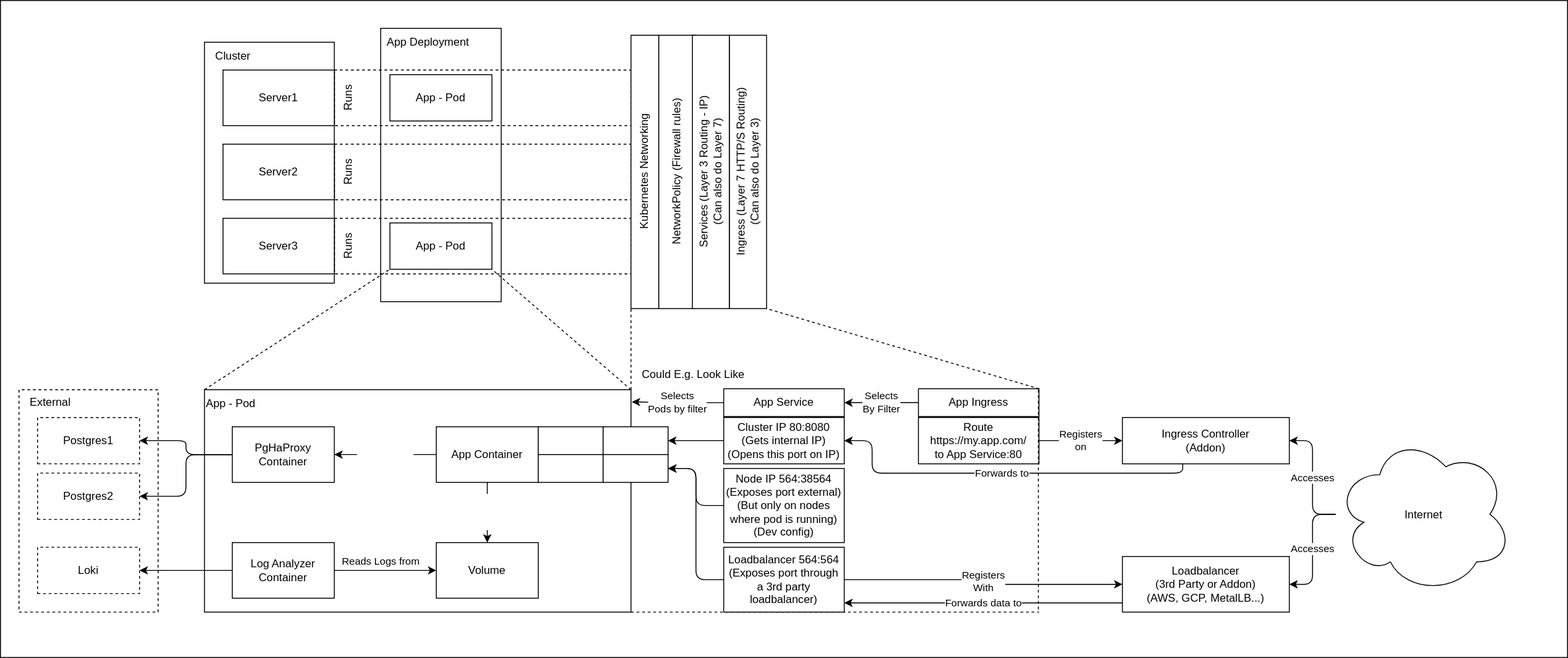
Above: 01-KubeCoreConcepts.drawio.svg in Aderinom/KuberBook (draw.io), before the change. Source tidied: cells renumbered, new cells last; positions are measured from the earlier drawing's top-left corner, leaving out a move shared by most shapes.
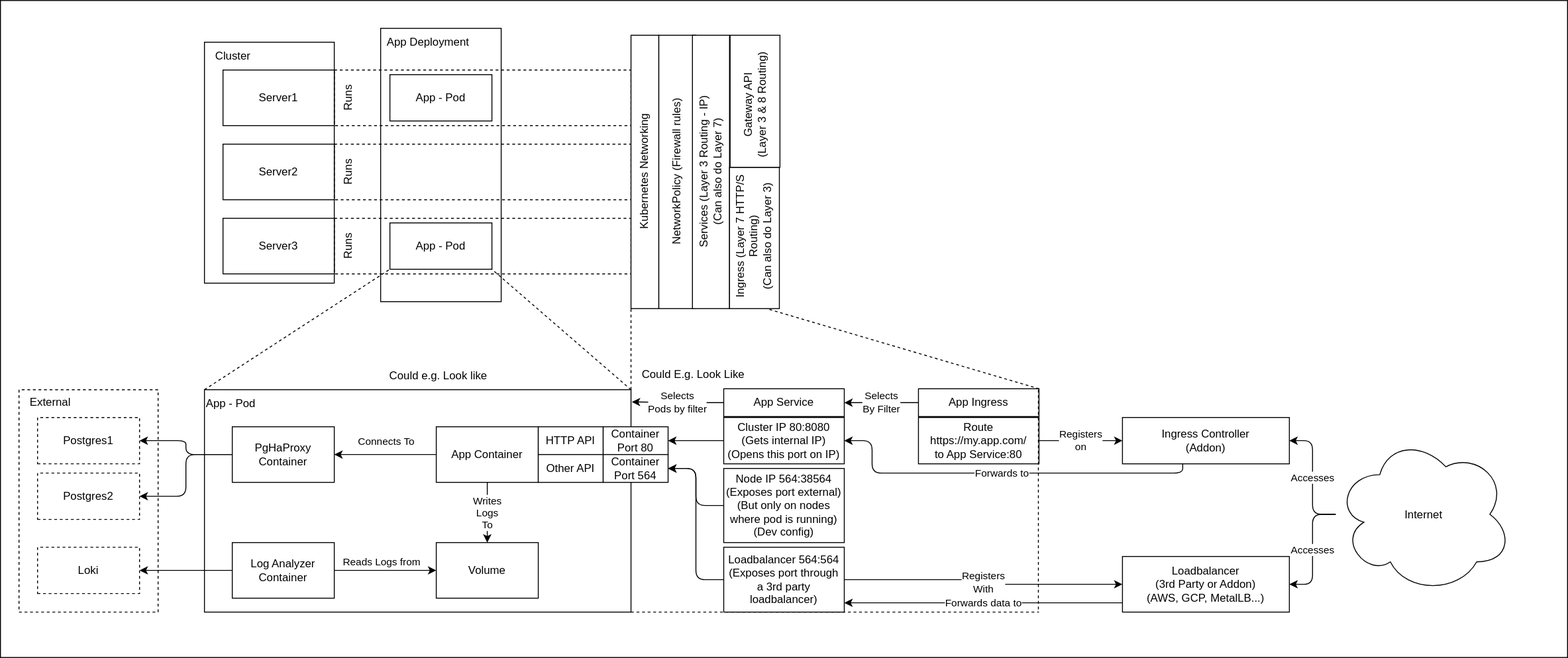
Later version of the same file.

Diff of the diagram source:
```diff
@@ -56,7 +56,7 @@
     <mxCell id="19" value="Runs" style="text;html=1;strokeColor=none;fillColor=none;align=center;verticalAlign=middle;whiteSpace=wrap;rounded=0;rotation=-90;" parent="1" vertex="1">
       <mxGeometry x="350" y="250" width="50" height="30" as="geometry" />
     </mxCell>
-    <mxCell id="20" value="&lt;font color=&quot;#ffffff&quot;&gt;Could e.g. Look like&lt;/font&gt;" style="text;html=1;strokeColor=none;fillColor=none;align=center;verticalAlign=middle;whiteSpace=wrap;rounded=0;dashed=1;labelBackgroundColor=none;fontColor=none;" parent="1" vertex="1">
+    <mxCell id="20" value="&lt;font&gt;Could e.g. Look like&lt;/font&gt;" style="text;html=1;strokeColor=none;fillColor=none;align=center;verticalAlign=middle;whiteSpace=wrap;rounded=0;dashed=1;labelBackgroundColor=none;fontColor=default;" parent="1" vertex="1">
       <mxGeometry x="380" y="390" width="185" height="30" as="geometry" />
     </mxCell>
     <mxCell id="21" style="rounded=0;whiteSpace=wrap;html=1;" parent="1" vertex="1">
@@ -84,10 +84,10 @@
       <mxGeometry x="650" y="170" width="232.5" height="30" as="geometry" />
     </mxCell>
     <mxCell id="29" style="rounded=0;whiteSpace=wrap;html=1;" parent="1" vertex="1">
-      <mxGeometry x="786.2" y="37.5" width="40" height="295" as="geometry" />
+      <mxGeometry x="786.2" y="180" width="53.8" height="152.5" as="geometry" />
     </mxCell>
     <mxCell id="30" value="Ingress (Layer 7 HTTP/S Routing)&lt;br&gt;(Can also do Layer 3)" style="text;html=1;strokeColor=none;fillColor=none;align=center;verticalAlign=middle;whiteSpace=wrap;rounded=0;rotation=-90;" parent="1" vertex="1">
-      <mxGeometry x="690" y="170" width="232.5" height="30" as="geometry" />
+      <mxGeometry x="742.5" y="240" width="140" height="30" as="geometry" />
     </mxCell>
     <mxCell id="31" style="rounded=0;whiteSpace=wrap;html=1;direction=east;flipH=0;flipV=1;dashed=1;fillColor=none;" parent="1" vertex="1">
       <mxGeometry x="20" y="420" width="150" height="240" as="geometry" />
@@ -98,6 +98,14 @@
     <mxCell id="33" value="App - Pod" style="text;html=1;strokeColor=none;fillColor=none;align=left;verticalAlign=middle;whiteSpace=wrap;rounded=0;direction=east;flipH=0;flipV=1;" parent="1" vertex="1">
       <mxGeometry x="220" y="420" width="120" height="30" as="geometry" />
     </mxCell>
+    <mxCell id="76" style="edgeStyle=none;html=1;labelBackgroundColor=none;fontColor=#121212;" parent="1" edge="1" source="34" target="41">
+      <mxGeometry relative="1" as="geometry" />
+    </mxCell>
+    <mxCell id="42" value="&lt;font&gt;Connects To&lt;/font&gt;" style="edgeLabel;html=1;align=center;verticalAlign=middle;fontColor=default;" parent="76" vertex="1">
+      <mxGeometry x="-0.21" y="-1" relative="1" as="geometry">
+        <mxPoint x="-12" y="-14" as="offset" />
+      </mxGeometry>
+    </mxCell>
     <mxCell id="34" value="App Container" style="rounded=0;whiteSpace=wrap;html=1;direction=east;flipH=0;flipV=1;" parent="1" vertex="1">
       <mxGeometry x="470" y="460" width="110" height="60" as="geometry" />
     </mxCell>
@@ -118,15 +126,12 @@
     <mxCell id="39" value="Volume" style="rounded=0;whiteSpace=wrap;html=1;direction=east;flipH=0;flipV=1;" parent="1" vertex="1">
       <mxGeometry x="470" y="585" width="110" height="60" as="geometry" />
     </mxCell>
-    <mxCell id="40" value="Writes&lt;br&gt;Logs&lt;br&gt;To" style="edgeStyle=orthogonalEdgeStyle;html=1;fontColor=#FFFFFF;entryX=0.5;entryY=0;entryDx=0;entryDy=0;" parent="1" edge="1" source="34" target="39">
+    <mxCell id="40" value="Writes&lt;br&gt;Logs&lt;br&gt;To" style="edgeStyle=orthogonalEdgeStyle;fontColor=default;entryX=0.5;entryY=0;entryDx=0;entryDy=0;labelBackgroundColor=default;html=1;" parent="1" edge="1" source="34" target="39">
       <mxGeometry relative="1" as="geometry" />
     </mxCell>
     <mxCell id="41" value="PgHaProxy&lt;br&gt;Container" style="rounded=0;whiteSpace=wrap;html=1;direction=east;flipH=0;flipV=1;" parent="1" vertex="1">
       <mxGeometry x="250" y="460" width="110" height="60" as="geometry" />
     </mxCell>
-    <mxCell id="42" value="Connects To" style="edgeStyle=orthogonalEdgeStyle;html=1;fontColor=#FFFFFF;" parent="1" edge="1" source="34" target="41">
-      <mxGeometry relative="1" as="geometry" />
-    </mxCell>
     <mxCell id="43" value="Postgres1" style="rounded=0;whiteSpace=wrap;html=1;direction=east;flipH=0;flipV=1;dashed=1;fillColor=none;" parent="1" vertex="1">
       <mxGeometry x="40" y="450" width="110" height="50" as="geometry" />
     </mxCell>
@@ -147,16 +152,16 @@
     <mxCell id="48" value="External" style="text;html=1;strokeColor=none;fillColor=none;align=left;verticalAlign=middle;whiteSpace=wrap;rounded=0;direction=east;flipH=0;flipV=1;dashed=1;" parent="1" vertex="1">
       <mxGeometry x="30" y="424" width="150" height="20" as="geometry" />
     </mxCell>
-    <mxCell id="49" value="HTTP API" style="rounded=0;whiteSpace=wrap;html=1;labelBackgroundColor=none;fontColor=#FFFFFF;fillColor=default;direction=east;flipH=0;flipV=1;" parent="1" vertex="1">
+    <mxCell id="49" value="HTTP API" style="rounded=0;whiteSpace=wrap;html=1;labelBackgroundColor=none;direction=east;flipH=0;flipV=1;" parent="1" vertex="1">
       <mxGeometry x="580" y="460" width="70" height="30" as="geometry" />
     </mxCell>
-    <mxCell id="50" value="Other API" style="rounded=0;whiteSpace=wrap;html=1;labelBackgroundColor=none;fontColor=#FFFFFF;fillColor=default;direction=east;flipH=0;flipV=1;" parent="1" vertex="1">
+    <mxCell id="50" value="Other API" style="rounded=0;whiteSpace=wrap;html=1;labelBackgroundColor=none;direction=east;flipH=0;flipV=1;" parent="1" vertex="1">
       <mxGeometry x="580" y="490" width="70" height="30" as="geometry" />
     </mxCell>
-    <mxCell id="51" value="Container Port 80" style="rounded=0;whiteSpace=wrap;html=1;labelBackgroundColor=none;fontColor=#FFFFFF;fillColor=default;direction=east;flipH=0;flipV=1;" parent="1" vertex="1">
+    <mxCell id="51" value="Container Port 80" style="rounded=0;whiteSpace=wrap;html=1;labelBackgroundColor=none;direction=east;flipH=0;flipV=1;" parent="1" vertex="1">
       <mxGeometry x="650" y="460" width="70" height="30" as="geometry" />
     </mxCell>
-    <mxCell id="52" value="Container&lt;br&gt;Port 564" style="rounded=0;whiteSpace=wrap;html=1;labelBackgroundColor=none;fontColor=#FFFFFF;fillColor=default;direction=east;flipH=0;flipV=1;" parent="1" vertex="1">
+    <mxCell id="52" value="Container&lt;br&gt;Port 564" style="rounded=0;whiteSpace=wrap;html=1;labelBackgroundColor=none;direction=east;flipH=0;flipV=1;" parent="1" vertex="1">
       <mxGeometry x="650" y="490" width="70" height="30" as="geometry" />
     </mxCell>
     <mxCell id="53" value="Could E.g. Look Like" style="text;html=1;strokeColor=none;fillColor=none;align=left;verticalAlign=middle;whiteSpace=wrap;rounded=0;direction=east;flipH=0;flipV=1;" parent="1" vertex="1">
@@ -246,5 +251,11 @@
         <mxPoint x="1120" y="660" as="targetPoint" />
       </mxGeometry>
     </mxCell>
+    <mxCell id="77" style="rounded=0;whiteSpace=wrap;html=1;" parent="1" vertex="1">
+      <mxGeometry x="786.9" y="37.5" width="53.8" height="142.5" as="geometry" />
+    </mxCell>
+    <mxCell id="78" value="Gateway API &lt;br&gt;(Layer 3 &amp;amp; 8 Routing)" style="text;html=1;strokeColor=none;fillColor=none;align=center;verticalAlign=middle;whiteSpace=wrap;rounded=0;rotation=-90;" parent="1" vertex="1">
+      <mxGeometry x="743.1" y="97.5" width="140" height="30" as="geometry" />
+    </mxCell>
   </root>
 </mxGraphModel>
```
